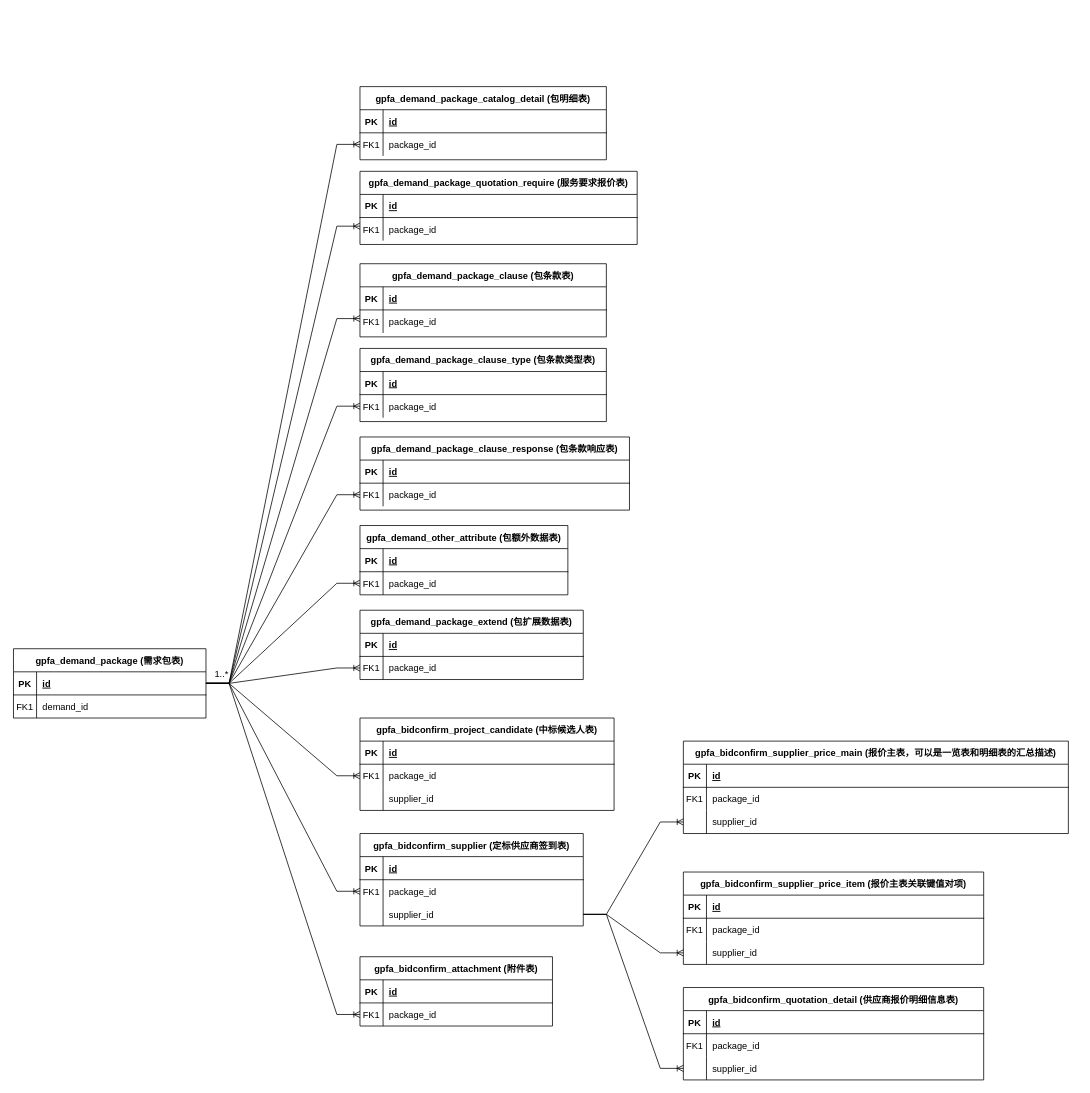
This is demand_data_hierarchy_copy.drawio from dernight1/draw.io, a draw.io file, before an edit. Source tidied: cells renumbered, new cells numbered last; positions are measured from the earlier drawing's top-left corner, leaving out a move shared by most shapes. Both pictures are drawn from the tidied source at 77%, with x=0, y=0 at pixel (13, 86).
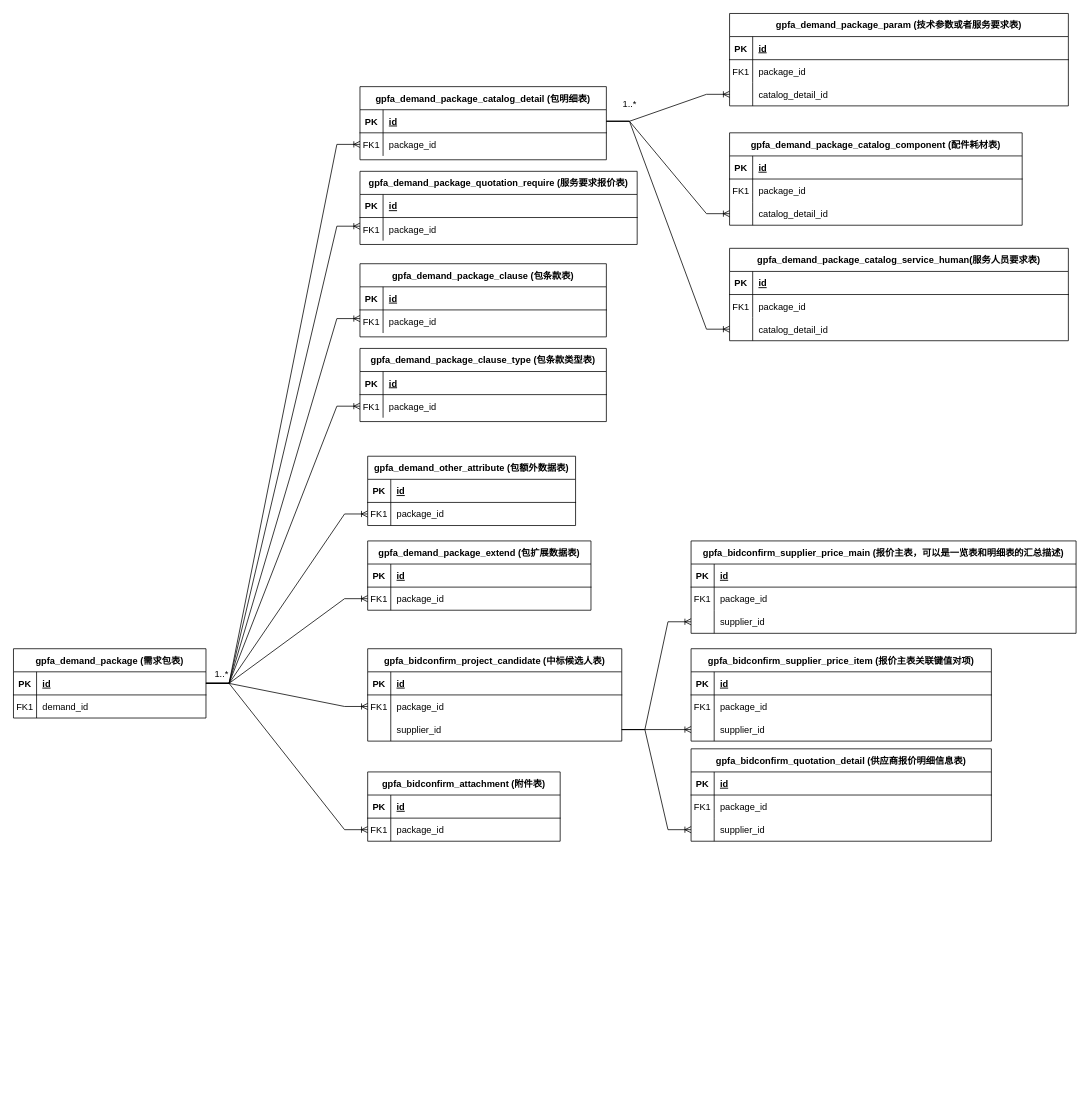
After the change.

The change refers to these unchanged cells:
```xml
<mxCell id="3" style="shape=partialRectangle;fillColor=none;points=[[0,0.5],[1,0.5]];portConstraint=eastwest;top=0;left=0;right=0;bottom=1;" parent="2" vertex="1">
  <mxGeometry y="30" width="250" height="30" as="geometry" />
</mxCell>
<mxCell id="10" style="shape=partialRectangle;fillColor=none;points=[[0,0.5],[1,0.5]];portConstraint=eastwest;top=0;left=0;right=0;bottom=1;" parent="9" vertex="1">
  <mxGeometry y="30" width="320" height="30" as="geometry" />
</mxCell>
<mxCell id="65" style="shape=partialRectangle;fillColor=none;points=[[0,0.5],[1,0.5]];portConstraint=eastwest;top=0;left=0;right=0;bottom=0;" parent="58" vertex="1">
  <mxGeometry y="90" width="330" height="30" as="geometry" />
</mxCell>
<mxCell id="85" style="shape=partialRectangle;fillColor=none;points=[[0,0.5],[1,0.5]];portConstraint=eastwest;top=0;left=0;right=0;bottom=0;" parent="78" vertex="1">
  <mxGeometry y="90" width="500" height="30" as="geometry" />
</mxCell>
<mxCell id="95" style="shape=partialRectangle;fillColor=none;points=[[0,0.5],[1,0.5]];portConstraint=eastwest;top=0;left=0;right=0;bottom=0;" parent="88" vertex="1">
  <mxGeometry y="90" width="390" height="30" as="geometry" />
</mxCell>
<mxCell id="105" style="shape=partialRectangle;fillColor=none;points=[[0,0.5],[1,0.5]];portConstraint=eastwest;top=0;left=0;right=0;bottom=0;" parent="98" vertex="1">
  <mxGeometry y="90" width="390" height="30" as="geometry" />
</mxCell>
```

Change to the diagram source:
```diff
@@
-    <mxCell id="30" value="gpfa_demand_package_clause_response (包条款响应表)" style="shape=table;startSize=30;childLayout=tableLayout;rowLines=0;fontStyle=1;align=center;" parent="1" vertex="1">
-      <mxGeometry x="450" y="455" width="350" height="95" as="geometry" />
-    </mxCell>
-    <mxCell id="31" style="shape=partialRectangle;fillColor=none;top=0;left=0;right=0;bottom=1;" parent="30" vertex="1">
-      <mxGeometry y="30" width="350" height="30" as="geometry" />
-    </mxCell>
-    <mxCell id="32" value="PK" style="shape=partialRectangle;overflow=hidden;fillColor=none;top=0;left=0;bottom=0;right=0;fontStyle=1;" parent="31" vertex="1">
-      <mxGeometry width="30" height="30" as="geometry" />
-    </mxCell>
-    <mxCell id="33" value="id " style="shape=partialRectangle;overflow=hidden;fillColor=none;top=0;left=0;bottom=0;right=0;align=left;spacingLeft=6;fontStyle=5;" parent="31" vertex="1">
-      <mxGeometry x="30" width="320" height="30" as="geometry" />
-    </mxCell>
-    <mxCell id="34" style="shape=partialRectangle;fillColor=none;points=[[0,0.5],[1,0.5]];portConstraint=eastwest;top=0;left=0;right=0;bottom=0;" parent="30" vertex="1">
-      <mxGeometry y="60" width="350" height="30" as="geometry" />
-    </mxCell>
-    <mxCell id="35" value="FK1" style="shape=partialRectangle;overflow=hidden;fillColor=none;top=0;left=0;bottom=0;right=0;" parent="34" vertex="1">
-      <mxGeometry width="30" height="30" as="geometry" />
-    </mxCell>
-    <mxCell id="36" value="package_id" style="shape=partialRectangle;overflow=hidden;fillColor=none;top=0;left=0;bottom=0;right=0;align=left;spacingLeft=6;" parent="34" vertex="1">
-      <mxGeometry x="30" width="320" height="30" as="geometry" />
-    </mxCell>
@@
     <mxCell id="44" value="gpfa_demand_other_attribute (包额外数据表)" style="shape=table;startSize=30;childLayout=tableLayout;rowLines=0;fontStyle=1;align=center;" parent="1" vertex="1">
-      <mxGeometry x="450" y="570" width="270" height="90" as="geometry" />
+      <mxGeometry x="460" y="480" width="270" height="90" as="geometry" />
     </mxCell>
@@
     <mxCell id="51" value="gpfa_demand_package_extend (包扩展数据表)" style="shape=table;startSize=30;childLayout=tableLayout;rowLines=0;fontStyle=1;align=center;" parent="1" vertex="1">
-      <mxGeometry x="450" y="680" width="290" height="90" as="geometry" />
+      <mxGeometry x="460" y="590" width="290" height="90" as="geometry" />
     </mxCell>
@@
     <mxCell id="58" value="gpfa_bidconfirm_project_candidate (中标候选人表)" style="shape=table;startSize=30;childLayout=tableLayout;rowLines=0;fontStyle=1;align=center;" parent="1" vertex="1">
-      <mxGeometry x="450" y="820" width="330" height="120" as="geometry" />
+      <mxGeometry x="460" y="730" width="330" height="120" as="geometry" />
     </mxCell>
@@
-    <mxCell id="68" value="gpfa_bidconfirm_supplier (定标供应商签到表)" style="shape=table;startSize=30;childLayout=tableLayout;rowLines=0;fontStyle=1;align=center;" parent="1" vertex="1">
-      <mxGeometry x="450" y="970" width="290" height="120" as="geometry" />
-    </mxCell>
-    <mxCell id="69" style="shape=partialRectangle;fillColor=none;top=0;left=0;right=0;bottom=1;" parent="68" vertex="1">
-      <mxGeometry y="30" width="290" height="30" as="geometry" />
-    </mxCell>
-    <mxCell id="70" value="PK" style="shape=partialRectangle;overflow=hidden;fillColor=none;top=0;left=0;bottom=0;right=0;fontStyle=1;" parent="69" vertex="1">
-      <mxGeometry width="30" height="30" as="geometry" />
-    </mxCell>
-    <mxCell id="71" value="id " style="shape=partialRectangle;overflow=hidden;fillColor=none;top=0;left=0;bottom=0;right=0;align=left;spacingLeft=6;fontStyle=5;" parent="69" vertex="1">
-      <mxGeometry x="30" width="260" height="30" as="geometry" />
-    </mxCell>
-    <mxCell id="72" style="shape=partialRectangle;fillColor=none;points=[[0,0.5],[1,0.5]];portConstraint=eastwest;top=0;left=0;right=0;bottom=0;" parent="68" vertex="1">
-      <mxGeometry y="60" width="290" height="30" as="geometry" />
-    </mxCell>
-    <mxCell id="73" value="FK1" style="shape=partialRectangle;overflow=hidden;fillColor=none;top=0;left=0;bottom=0;right=0;" parent="72" vertex="1">
-      <mxGeometry width="30" height="30" as="geometry" />
-    </mxCell>
-    <mxCell id="74" value="package_id" style="shape=partialRectangle;overflow=hidden;fillColor=none;top=0;left=0;bottom=0;right=0;align=left;spacingLeft=6;" parent="72" vertex="1">
-      <mxGeometry x="30" width="260" height="30" as="geometry" />
-    </mxCell>
-    <mxCell id="75" style="shape=partialRectangle;fillColor=none;points=[[0,0.5],[1,0.5]];portConstraint=eastwest;top=0;left=0;right=0;bottom=0;" parent="68" vertex="1">
-      <mxGeometry y="90" width="290" height="30" as="geometry" />
-    </mxCell>
-    <mxCell id="76" style="shape=partialRectangle;overflow=hidden;fillColor=none;top=0;left=0;bottom=0;right=0;" parent="75" vertex="1">
-      <mxGeometry width="30" height="30" as="geometry" />
-    </mxCell>
-    <mxCell id="77" value="supplier_id" style="shape=partialRectangle;overflow=hidden;fillColor=none;top=0;left=0;bottom=0;right=0;align=left;spacingLeft=6;" parent="75" vertex="1">
-      <mxGeometry x="30" width="260" height="30" as="geometry" />
-    </mxCell>
     <mxCell id="78" value="gpfa_bidconfirm_supplier_price_main (报价主表，可以是一览表和明细表的汇总描述)" style="shape=table;startSize=30;childLayout=tableLayout;rowLines=0;fontStyle=1;align=center;" parent="1" vertex="1">
-      <mxGeometry x="870" y="850" width="500" height="120" as="geometry" />
+      <mxGeometry x="880" y="590" width="500" height="120" as="geometry" />
     </mxCell>
@@
     <mxCell id="88" value="gpfa_bidconfirm_supplier_price_item (报价主表关联键值对项)" style="shape=table;startSize=30;childLayout=tableLayout;rowLines=0;fontStyle=1;align=center;" parent="1" vertex="1">
-      <mxGeometry x="870" y="1020" width="390" height="120" as="geometry" />
+      <mxGeometry x="880" y="730" width="390" height="120" as="geometry" />
     </mxCell>
@@
     <mxCell id="98" value="gpfa_bidconfirm_quotation_detail (供应商报价明细信息表)" style="shape=table;startSize=30;childLayout=tableLayout;rowLines=0;fontStyle=1;align=center;" parent="1" vertex="1">
-      <mxGeometry x="870" y="1170" width="390" height="120" as="geometry" />
+      <mxGeometry x="880" y="860" width="390" height="120" as="geometry" />
     </mxCell>
@@
     <mxCell id="108" value="gpfa_bidconfirm_attachment (附件表)" style="shape=table;startSize=30;childLayout=tableLayout;rowLines=0;fontStyle=1;align=center;" parent="1" vertex="1">
-      <mxGeometry x="450" y="1130" width="250" height="90" as="geometry" />
+      <mxGeometry x="460" y="890" width="250" height="90" as="geometry" />
     </mxCell>
@@
-    <mxCell id="119" style="edgeStyle=entityRelationEdgeStyle;fontSize=12;html=1;endArrow=ERoneToMany;rounded=0;entryX=0;entryY=0.5;entryDx=0;entryDy=0;exitX=1;exitY=0.5;exitDx=0;exitDy=0;" parent="1" edge="1" source="3" target="34">
-      <mxGeometry relative="1" as="geometry" />
-    </mxCell>
@@
-    <mxCell id="123" style="edgeStyle=entityRelationEdgeStyle;fontSize=12;html=1;endArrow=ERoneToMany;rounded=0;entryX=0;entryY=0.5;entryDx=0;entryDy=0;exitX=1;exitY=0.5;exitDx=0;exitDy=0;" parent="1" edge="1" source="3" target="72">
-      <mxGeometry relative="1" as="geometry" />
-    </mxCell>
-    <mxCell id="124" style="edgeStyle=entityRelationEdgeStyle;fontSize=12;html=1;endArrow=ERoneToMany;rounded=0;entryX=0;entryY=0.5;entryDx=0;entryDy=0;exitX=1;exitY=0.5;exitDx=0;exitDy=0;" parent="1" edge="1" source="75" target="85">
+    <mxCell id="124" style="edgeStyle=entityRelationEdgeStyle;fontSize=12;html=1;endArrow=ERoneToMany;rounded=0;entryX=0;entryY=0.5;entryDx=0;entryDy=0;exitX=1;exitY=0.5;exitDx=0;exitDy=0;" parent="1" edge="1" source="65" target="85">
       <mxGeometry relative="1" as="geometry" />
     </mxCell>
-    <mxCell id="125" style="edgeStyle=entityRelationEdgeStyle;fontSize=12;html=1;endArrow=ERoneToMany;rounded=0;entryX=0;entryY=0.5;entryDx=0;entryDy=0;exitX=1;exitY=0.5;exitDx=0;exitDy=0;" parent="1" edge="1" source="75" target="95">
+    <mxCell id="125" style="edgeStyle=entityRelationEdgeStyle;fontSize=12;html=1;endArrow=ERoneToMany;rounded=0;entryX=0;entryY=0.5;entryDx=0;entryDy=0;exitX=1;exitY=0.5;exitDx=0;exitDy=0;" parent="1" edge="1" source="65" target="95">
       <mxGeometry relative="1" as="geometry" />
     </mxCell>
@@
-    <mxCell id="127" style="edgeStyle=entityRelationEdgeStyle;fontSize=12;html=1;endArrow=ERoneToMany;rounded=0;entryX=0;entryY=0.5;entryDx=0;entryDy=0;exitX=1;exitY=0.5;exitDx=0;exitDy=0;" parent="1" edge="1" source="75" target="105">
+    <mxCell id="127" style="edgeStyle=entityRelationEdgeStyle;fontSize=12;html=1;endArrow=ERoneToMany;rounded=0;entryX=0;entryY=0.5;entryDx=0;entryDy=0;exitX=1;exitY=0.5;exitDx=0;exitDy=0;" parent="1" edge="1" source="65" target="105">
       <mxGeometry relative="1" as="geometry" />
     </mxCell>
@@
+    <mxCell id="129" value="gpfa_demand_package_param (技术参数或者服务要求表)" style="shape=table;startSize=30;childLayout=tableLayout;rowLines=0;fontStyle=1;align=center;" parent="1" vertex="1">
+      <mxGeometry x="930" y="-95" width="440" height="120" as="geometry" />
+    </mxCell>
+    <mxCell id="130" style="shape=partialRectangle;fillColor=none;top=0;left=0;right=0;bottom=1;" parent="129" vertex="1">
+      <mxGeometry y="30" width="440" height="30" as="geometry" />
+    </mxCell>
+    <mxCell id="131" value="PK" style="shape=partialRectangle;overflow=hidden;fillColor=none;top=0;left=0;bottom=0;right=0;fontStyle=1;" parent="130" vertex="1">
+      <mxGeometry width="30" height="30" as="geometry" />
+    </mxCell>
+    <mxCell id="132" value="id " style="shape=partialRectangle;overflow=hidden;fillColor=none;top=0;left=0;bottom=0;right=0;align=left;spacingLeft=6;fontStyle=5;" parent="130" vertex="1">
+      <mxGeometry x="30" width="410" height="30" as="geometry" />
+    </mxCell>
+    <mxCell id="133" style="shape=partialRectangle;fillColor=none;top=0;left=0;right=0;bottom=0;" parent="129" vertex="1">
+      <mxGeometry y="60" width="440" height="30" as="geometry" />
+    </mxCell>
+    <mxCell id="134" value="FK1" style="shape=partialRectangle;overflow=hidden;fillColor=none;top=0;left=0;bottom=0;right=0;" parent="133" vertex="1">
+      <mxGeometry width="30" height="30" as="geometry" />
+    </mxCell>
+    <mxCell id="135" value="package_id" style="shape=partialRectangle;overflow=hidden;fillColor=none;top=0;left=0;bottom=0;right=0;align=left;spacingLeft=6;" parent="133" vertex="1">
+      <mxGeometry x="30" width="410" height="30" as="geometry" />
+    </mxCell>
+    <mxCell id="136" style="shape=partialRectangle;fillColor=none;points=[[0,0.5],[1,0.5]];portConstraint=eastwest;top=0;left=0;right=0;bottom=0;" parent="129" vertex="1">
+      <mxGeometry y="90" width="440" height="30" as="geometry" />
+    </mxCell>
+    <mxCell id="137" style="shape=partialRectangle;overflow=hidden;fillColor=none;top=0;left=0;bottom=0;right=0;" parent="136" vertex="1">
+      <mxGeometry width="30" height="30" as="geometry" />
+    </mxCell>
+    <mxCell id="138" value="catalog_detail_id" style="shape=partialRectangle;overflow=hidden;fillColor=none;top=0;left=0;bottom=0;right=0;align=left;spacingLeft=6;" parent="136" vertex="1">
+      <mxGeometry x="30" width="410" height="30" as="geometry" />
+    </mxCell>
+    <mxCell id="139" value="gpfa_demand_package_catalog_component (配件耗材表)" style="shape=table;startSize=30;childLayout=tableLayout;rowLines=0;fontStyle=1;align=center;" parent="1" vertex="1">
+      <mxGeometry x="930" y="60" width="380" height="120" as="geometry" />
+    </mxCell>
+    <mxCell id="140" style="shape=partialRectangle;fillColor=none;top=0;left=0;right=0;bottom=1;" parent="139" vertex="1">
+      <mxGeometry y="30" width="380" height="30" as="geometry" />
+    </mxCell>
+    <mxCell id="141" value="PK" style="shape=partialRectangle;overflow=hidden;fillColor=none;top=0;left=0;bottom=0;right=0;fontStyle=1;" parent="140" vertex="1">
+      <mxGeometry width="30" height="30" as="geometry" />
+    </mxCell>
+    <mxCell id="142" value="id " style="shape=partialRectangle;overflow=hidden;fillColor=none;top=0;left=0;bottom=0;right=0;align=left;spacingLeft=6;fontStyle=5;" parent="140" vertex="1">
+      <mxGeometry x="30" width="350" height="30" as="geometry" />
+    </mxCell>
+    <mxCell id="143" style="shape=partialRectangle;fillColor=none;top=0;left=0;right=0;bottom=0;" parent="139" vertex="1">
+      <mxGeometry y="60" width="380" height="30" as="geometry" />
+    </mxCell>
+    <mxCell id="144" value="FK1" style="shape=partialRectangle;overflow=hidden;fillColor=none;top=0;left=0;bottom=0;right=0;" parent="143" vertex="1">
+      <mxGeometry width="30" height="30" as="geometry" />
+    </mxCell>
+    <mxCell id="145" value="package_id" style="shape=partialRectangle;overflow=hidden;fillColor=none;top=0;left=0;bottom=0;right=0;align=left;spacingLeft=6;" parent="143" vertex="1">
+      <mxGeometry x="30" width="350" height="30" as="geometry" />
+    </mxCell>
+    <mxCell id="146" style="shape=partialRectangle;fillColor=none;points=[[0,0.5],[1,0.5]];portConstraint=eastwest;top=0;left=0;right=0;bottom=0;" parent="139" vertex="1">
+      <mxGeometry y="90" width="380" height="30" as="geometry" />
+    </mxCell>
+    <mxCell id="147" style="shape=partialRectangle;overflow=hidden;fillColor=none;top=0;left=0;bottom=0;right=0;" parent="146" vertex="1">
+      <mxGeometry width="30" height="30" as="geometry" />
+    </mxCell>
+    <mxCell id="148" value="catalog_detail_id" style="shape=partialRectangle;overflow=hidden;fillColor=none;top=0;left=0;bottom=0;right=0;align=left;spacingLeft=6;" parent="146" vertex="1">
+      <mxGeometry x="30" width="350" height="30" as="geometry" />
+    </mxCell>
+    <mxCell id="149" style="edgeStyle=entityRelationEdgeStyle;fontSize=12;html=1;endArrow=ERoneToMany;rounded=0;entryX=0;entryY=0.5;entryDx=0;entryDy=0;exitX=1;exitY=0.5;exitDx=0;exitDy=0;" parent="1" edge="1" source="10" target="136">
+      <mxGeometry relative="1" as="geometry" />
+    </mxCell>
+    <mxCell id="150" style="edgeStyle=entityRelationEdgeStyle;fontSize=12;html=1;endArrow=ERoneToMany;rounded=0;entryX=0;entryY=0.5;entryDx=0;entryDy=0;exitX=1;exitY=0.5;exitDx=0;exitDy=0;" parent="1" edge="1" source="10" target="146">
+      <mxGeometry relative="1" as="geometry" />
+    </mxCell>
+    <mxCell id="151" value="1..*" style="text;html=1;align=center;verticalAlign=middle;strokeColor=none;fillColor=none;" parent="1" vertex="1">
+      <mxGeometry x="780" y="8" width="40" height="30" as="geometry" />
+    </mxCell>
+    <mxCell id="152" value="gpfa_demand_package_catalog_service_human(服务人员要求表)" style="shape=table;startSize=30;childLayout=tableLayout;rowLines=0;fontStyle=1;align=center;" parent="1" vertex="1">
+      <mxGeometry x="930" y="210" width="440" height="120" as="geometry" />
+    </mxCell>
+    <mxCell id="153" style="shape=partialRectangle;fillColor=none;top=0;left=0;right=0;bottom=1;" parent="152" vertex="1">
+      <mxGeometry y="30" width="440" height="30" as="geometry" />
+    </mxCell>
+    <mxCell id="154" value="PK" style="shape=partialRectangle;overflow=hidden;fillColor=none;top=0;left=0;bottom=0;right=0;fontStyle=1;" parent="153" vertex="1">
+      <mxGeometry width="30" height="30" as="geometry" />
+    </mxCell>
+    <mxCell id="155" value="id " style="shape=partialRectangle;overflow=hidden;fillColor=none;top=0;left=0;bottom=0;right=0;align=left;spacingLeft=6;fontStyle=5;" parent="153" vertex="1">
+      <mxGeometry x="30" width="410" height="30" as="geometry" />
+    </mxCell>
+    <mxCell id="156" style="shape=partialRectangle;fillColor=none;top=0;left=0;right=0;bottom=0;" parent="152" vertex="1">
+      <mxGeometry y="60" width="440" height="30" as="geometry" />
+    </mxCell>
+    <mxCell id="157" value="FK1" style="shape=partialRectangle;overflow=hidden;fillColor=none;top=0;left=0;bottom=0;right=0;" parent="156" vertex="1">
+      <mxGeometry width="30" height="30" as="geometry" />
+    </mxCell>
+    <mxCell id="158" value="package_id" style="shape=partialRectangle;overflow=hidden;fillColor=none;top=0;left=0;bottom=0;right=0;align=left;spacingLeft=6;" parent="156" vertex="1">
+      <mxGeometry x="30" width="410" height="30" as="geometry" />
+    </mxCell>
+    <mxCell id="159" style="shape=partialRectangle;fillColor=none;points=[[0,0.5],[1,0.5]];portConstraint=eastwest;top=0;left=0;right=0;bottom=0;" parent="152" vertex="1">
+      <mxGeometry y="90" width="440" height="30" as="geometry" />
+    </mxCell>
+    <mxCell id="160" style="shape=partialRectangle;overflow=hidden;fillColor=none;top=0;left=0;bottom=0;right=0;" parent="159" vertex="1">
+      <mxGeometry width="30" height="30" as="geometry" />
+    </mxCell>
+    <mxCell id="161" value="catalog_detail_id" style="shape=partialRectangle;overflow=hidden;fillColor=none;top=0;left=0;bottom=0;right=0;align=left;spacingLeft=6;" parent="159" vertex="1">
+      <mxGeometry x="30" width="410" height="30" as="geometry" />
+    </mxCell>
+    <mxCell id="162" style="edgeStyle=entityRelationEdgeStyle;fontSize=12;html=1;endArrow=ERoneToMany;rounded=0;entryX=0;entryY=0.5;entryDx=0;entryDy=0;exitX=1;exitY=0.5;exitDx=0;exitDy=0;" parent="1" edge="1" source="10" target="159">
+      <mxGeometry relative="1" as="geometry" />
+    </mxCell>
```
